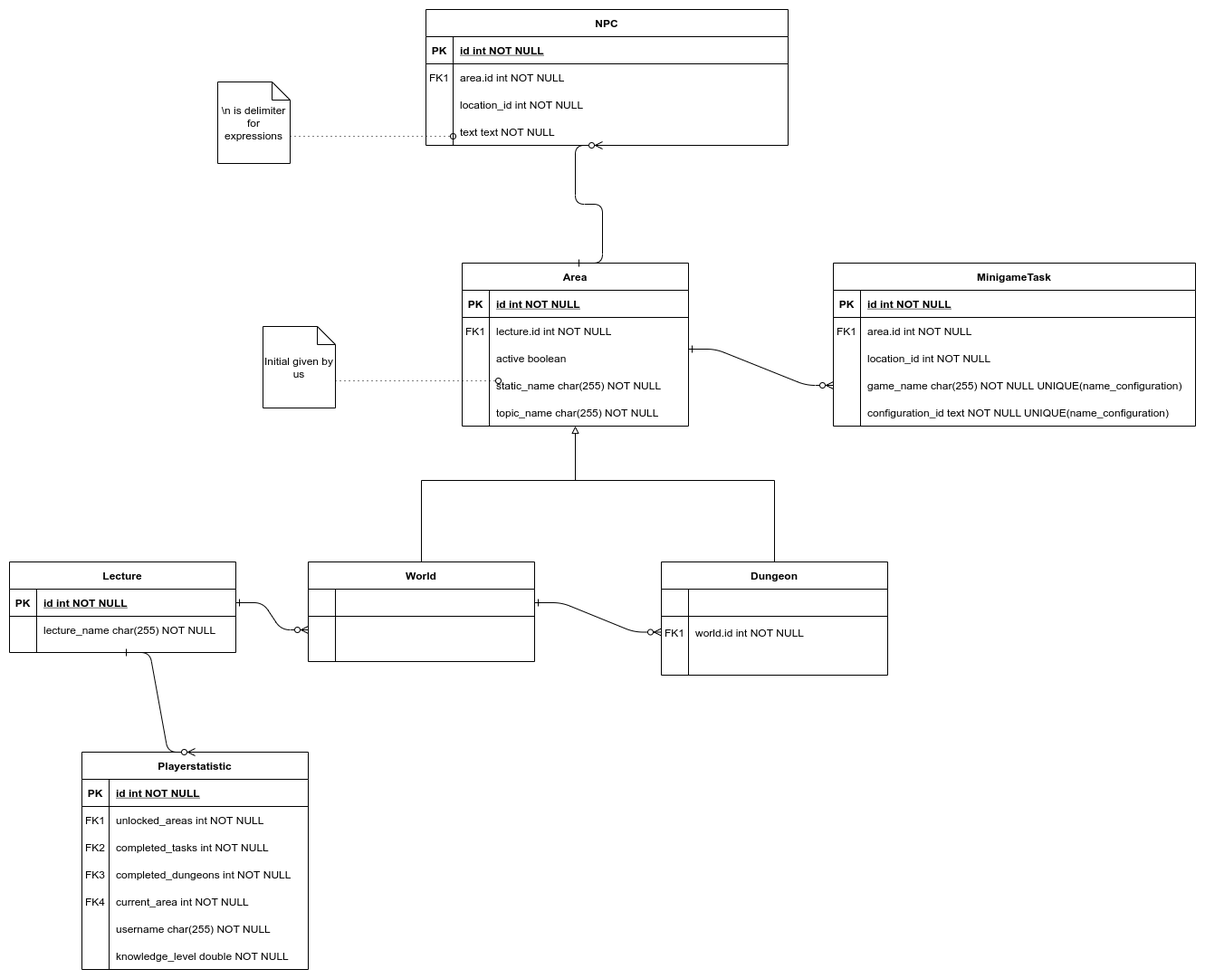
Gamify-IT/docs keeps this draw.io diagram as dev-manuals/services/overworld/database-model/database-model.png. Above is the earlier version. Source tidied: cells renumbered, new cells last; positions are measured from the earlier drawing's top-left corner, leaving out a move shared by most shapes.
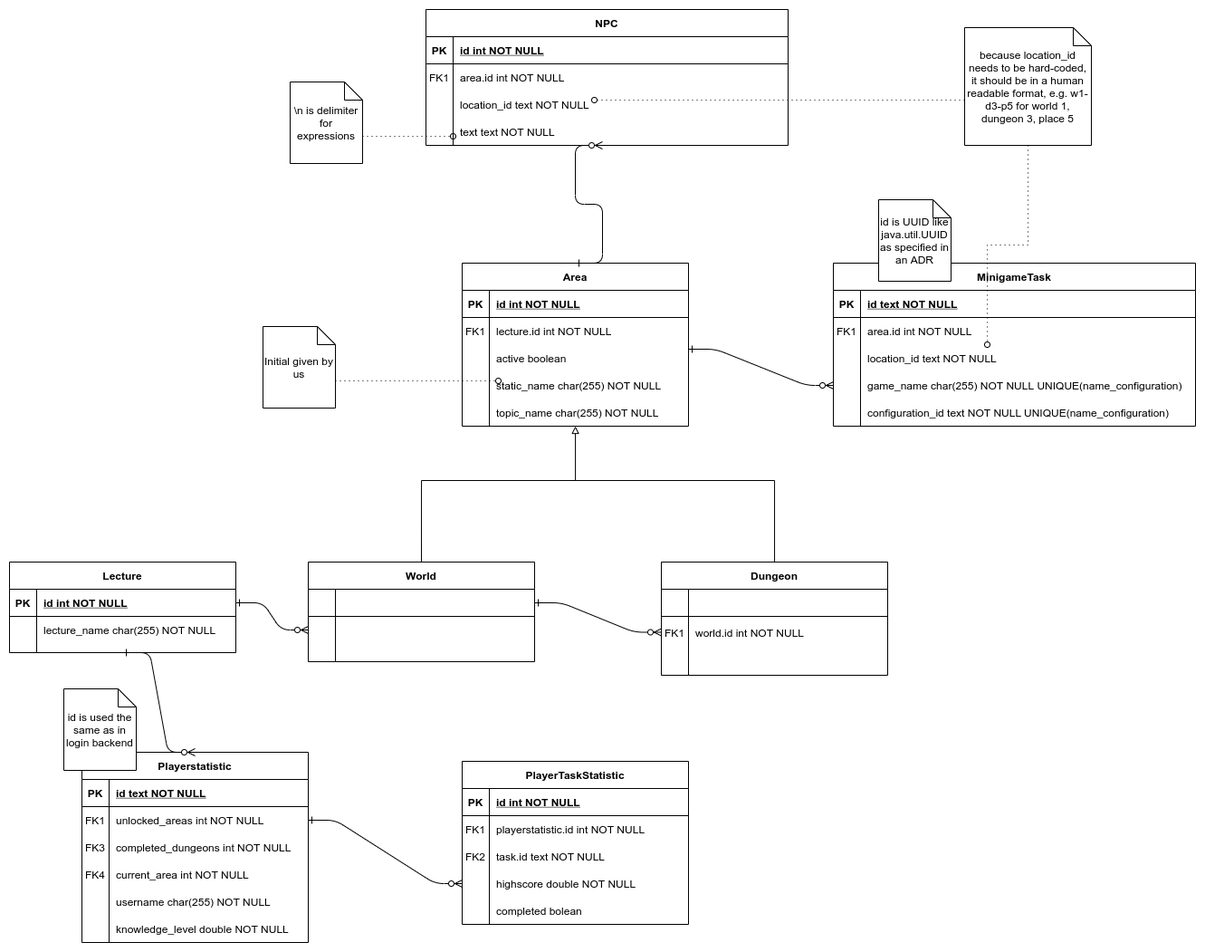
After the change.

Diff of the diagram source:
```diff
@@ -162,7 +162,7 @@
     <mxCell id="49" value="PK" style="shape=partialRectangle;overflow=hidden;fillColor=none;top=0;left=0;bottom=0;right=0;fontStyle=1;" parent="48" vertex="1">
       <mxGeometry width="30" height="30" as="geometry" />
     </mxCell>
-    <mxCell id="50" value="id int NOT NULL " style="shape=partialRectangle;overflow=hidden;fillColor=none;top=0;left=0;bottom=0;right=0;align=left;spacingLeft=6;fontStyle=5;" parent="48" vertex="1">
+    <mxCell id="50" value="id text NOT NULL " style="shape=partialRectangle;overflow=hidden;fillColor=none;top=0;left=0;bottom=0;right=0;align=left;spacingLeft=6;fontStyle=5;" parent="48" vertex="1">
       <mxGeometry x="30" width="370" height="30" as="geometry" />
     </mxCell>
     <mxCell id="51" style="shape=partialRectangle;fillColor=none;top=0;left=0;right=0;bottom=0;" parent="47" vertex="1">
@@ -180,7 +180,7 @@
     <mxCell id="55" style="shape=partialRectangle;overflow=hidden;fillColor=none;top=0;left=0;bottom=0;right=0;" parent="54" vertex="1">
       <mxGeometry width="30" height="30" as="geometry" />
     </mxCell>
-    <mxCell id="56" value="location_id int NOT NULL" style="shape=partialRectangle;overflow=hidden;fillColor=none;top=0;left=0;bottom=0;right=0;align=left;spacingLeft=6;" parent="54" vertex="1">
+    <mxCell id="56" value="location_id text NOT NULL" style="shape=partialRectangle;overflow=hidden;fillColor=none;top=0;left=0;bottom=0;right=0;align=left;spacingLeft=6;" parent="54" vertex="1">
       <mxGeometry x="30" width="370" height="30" as="geometry" />
     </mxCell>
     <mxCell id="57" value="configuration_id text NOT NULL UNIQUE(name_configuration)" style="shape=partialRectangle;overflow=hidden;fillColor=none;top=0;left=0;bottom=0;right=0;align=left;spacingLeft=6;" parent="1" vertex="1">
@@ -192,7 +192,7 @@
       </mxGeometry>
     </mxCell>
     <mxCell id="59" value="Playerstatistic" style="shape=table;startSize=30;rowLines=0;fontStyle=1;align=center;" parent="1" vertex="1">
-      <mxGeometry x="80" y="820" width="250" height="240" as="geometry" />
+      <mxGeometry x="80" y="820" width="250" height="210" as="geometry" />
     </mxCell>
     <mxCell id="60" style="shape=partialRectangle;fillColor=none;top=0;left=0;right=0;bottom=1;" parent="59" vertex="1">
       <mxGeometry y="30" width="250" height="30" as="geometry" />
@@ -200,7 +200,7 @@
     <mxCell id="61" value="PK" style="shape=partialRectangle;overflow=hidden;fillColor=none;top=0;left=0;bottom=0;right=0;fontStyle=1;" parent="60" vertex="1">
       <mxGeometry width="30" height="30" as="geometry" />
     </mxCell>
-    <mxCell id="62" value="id int NOT NULL " style="shape=partialRectangle;overflow=hidden;fillColor=none;top=0;left=0;bottom=0;right=0;align=left;spacingLeft=6;fontStyle=5;" parent="60" vertex="1">
+    <mxCell id="62" value="id text NOT NULL " style="shape=partialRectangle;overflow=hidden;fillColor=none;top=0;left=0;bottom=0;right=0;align=left;spacingLeft=6;fontStyle=5;" parent="60" vertex="1">
       <mxGeometry x="30" width="220" height="30" as="geometry" />
     </mxCell>
     <mxCell id="63" style="shape=partialRectangle;fillColor=none;points=[[0,0.5],[1,0.5]];portConstraint=eastwest;top=0;left=0;right=0;bottom=0;" parent="59" vertex="1">
@@ -213,19 +213,10 @@
       <mxGeometry x="30" width="220" height="30" as="geometry" />
     </mxCell>
     <mxCell id="66" value="username char(255) NOT NULL" style="shape=partialRectangle;overflow=hidden;fillColor=none;top=0;left=0;bottom=0;right=0;align=left;spacingLeft=6;" parent="1" vertex="1">
-      <mxGeometry x="110" y="1000" width="220" height="30" as="geometry" />
+      <mxGeometry x="110" y="970" width="220" height="30" as="geometry" />
     </mxCell>
-    <mxCell id="67" style="shape=partialRectangle;fillColor=none;top=0;left=0;right=0;bottom=0;" parent="1" vertex="1">
-      <mxGeometry x="80" y="910" width="250" height="30" as="geometry" />
-    </mxCell>
-    <mxCell id="68" value="FK2" style="shape=partialRectangle;overflow=hidden;fillColor=none;top=0;left=0;bottom=0;right=0;" parent="67" vertex="1">
-      <mxGeometry width="30" height="30" as="geometry" />
-    </mxCell>
-    <mxCell id="69" value="completed_tasks int NOT NULL" style="shape=partialRectangle;overflow=hidden;fillColor=none;top=0;left=0;bottom=0;right=0;align=left;spacingLeft=6;" parent="67" vertex="1">
-      <mxGeometry x="30" width="220" height="30" as="geometry" />
-    </mxCell>
     <mxCell id="70" style="shape=partialRectangle;fillColor=none;top=0;left=0;right=0;bottom=0;" parent="1" vertex="1">
-      <mxGeometry x="80" y="940" width="250" height="30" as="geometry" />
+      <mxGeometry x="80" y="910" width="250" height="30" as="geometry" />
     </mxCell>
     <mxCell id="71" value="FK3" style="shape=partialRectangle;overflow=hidden;fillColor=none;top=0;left=0;bottom=0;right=0;" parent="70" vertex="1">
       <mxGeometry width="30" height="30" as="geometry" />
@@ -234,7 +225,7 @@
       <mxGeometry x="30" width="220" height="30" as="geometry" />
     </mxCell>
     <mxCell id="73" style="shape=partialRectangle;fillColor=none;top=0;left=0;right=0;bottom=0;" parent="1" vertex="1">
-      <mxGeometry x="80" y="970" width="250" height="30" as="geometry" />
+      <mxGeometry x="80" y="940" width="250" height="30" as="geometry" />
     </mxCell>
     <mxCell id="74" value="FK4" style="shape=partialRectangle;overflow=hidden;fillColor=none;top=0;left=0;bottom=0;right=0;" parent="73" vertex="1">
       <mxGeometry width="30" height="30" as="geometry" />
@@ -243,7 +234,7 @@
       <mxGeometry x="30" width="220" height="30" as="geometry" />
     </mxCell>
     <mxCell id="76" value="knowledge_level double NOT NULL" style="shape=partialRectangle;overflow=hidden;fillColor=none;top=0;left=0;bottom=0;right=0;align=left;spacingLeft=6;" parent="1" vertex="1">
-      <mxGeometry x="110" y="1030" width="220" height="30" as="geometry" />
+      <mxGeometry x="110" y="1000" width="220" height="30" as="geometry" />
     </mxCell>
     <mxCell id="77" style="edgeStyle=entityRelationEdgeStyle;endArrow=ERzeroToMany;startArrow=ERone;endFill=1;startFill=0;exitX=0.5;exitY=1;exitDx=0;exitDy=0;entryX=0.5;entryY=0;entryDx=0;entryDy=0;" parent="1" edge="1" source="25" target="59">
       <mxGeometry relative="1" as="geometry" />
@@ -275,7 +266,7 @@
     <mxCell id="86" style="shape=partialRectangle;overflow=hidden;fillColor=none;top=0;left=0;bottom=0;right=0;" parent="85" vertex="1">
       <mxGeometry width="30" height="30" as="geometry" />
     </mxCell>
-    <mxCell id="87" value="location_id int NOT NULL" style="shape=partialRectangle;overflow=hidden;fillColor=none;top=0;left=0;bottom=0;right=0;align=left;spacingLeft=6;" parent="85" vertex="1">
+    <mxCell id="87" value="location_id text NOT NULL" style="shape=partialRectangle;overflow=hidden;fillColor=none;top=0;left=0;bottom=0;right=0;align=left;spacingLeft=6;" parent="85" vertex="1">
       <mxGeometry x="30" width="370" height="30" as="geometry" />
     </mxCell>
     <mxCell id="88" value="text text NOT NULL" style="shape=partialRectangle;overflow=hidden;fillColor=none;top=0;left=0;bottom=0;right=0;align=left;spacingLeft=6;" parent="1" vertex="1">
@@ -299,7 +290,66 @@
       </mxGeometry>
     </mxCell>
     <mxCell id="92" value="\n is delimiter for expressions" style="shape=note;size=20;whiteSpace=wrap;html=1;" parent="1" vertex="1">
-      <mxGeometry x="230" y="80" width="80" height="90" as="geometry" />
+      <mxGeometry x="310" y="80" width="80" height="90" as="geometry" />
     </mxCell>
+    <mxCell id="93" value="PlayerTaskStatistic" style="shape=table;startSize=30;rowLines=0;fontStyle=1;align=center;" parent="1" vertex="1">
+      <mxGeometry x="500" y="830" width="250" height="180" as="geometry" />
+    </mxCell>
+    <mxCell id="94" style="shape=partialRectangle;fillColor=none;top=0;left=0;right=0;bottom=1;" parent="93" vertex="1">
+      <mxGeometry y="30" width="250" height="30" as="geometry" />
+    </mxCell>
+    <mxCell id="95" value="PK" style="shape=partialRectangle;overflow=hidden;fillColor=none;top=0;left=0;bottom=0;right=0;fontStyle=1;" parent="94" vertex="1">
+      <mxGeometry width="30" height="30" as="geometry" />
+    </mxCell>
+    <mxCell id="96" value="id int NOT NULL " style="shape=partialRectangle;overflow=hidden;fillColor=none;top=0;left=0;bottom=0;right=0;align=left;spacingLeft=6;fontStyle=5;" parent="94" vertex="1">
+      <mxGeometry x="30" width="220" height="30" as="geometry" />
+    </mxCell>
+    <mxCell id="97" style="shape=partialRectangle;fillColor=none;top=0;left=0;right=0;bottom=0;" parent="93" vertex="1">
+      <mxGeometry y="60" width="250" height="30" as="geometry" />
+    </mxCell>
+    <mxCell id="98" value="FK1" style="shape=partialRectangle;overflow=hidden;fillColor=none;top=0;left=0;bottom=0;right=0;" parent="97" vertex="1">
+      <mxGeometry width="30" height="30" as="geometry" />
+    </mxCell>
+    <mxCell id="99" value="playerstatistic.id int NOT NULL" style="shape=partialRectangle;overflow=hidden;fillColor=none;top=0;left=0;bottom=0;right=0;align=left;spacingLeft=6;" parent="97" vertex="1">
+      <mxGeometry x="30" width="220" height="30" as="geometry" />
+    </mxCell>
+    <mxCell id="100" value="task.id text NOT NULL" style="shape=partialRectangle;overflow=hidden;fillColor=none;top=0;left=0;bottom=0;right=0;align=left;spacingLeft=6;" parent="1" vertex="1">
+      <mxGeometry x="530" y="920" width="220" height="30" as="geometry" />
+    </mxCell>
+    <mxCell id="101" value="highscore double NOT NULL" style="shape=partialRectangle;overflow=hidden;fillColor=none;top=0;left=0;bottom=0;right=0;align=left;spacingLeft=6;" parent="1" vertex="1">
+      <mxGeometry x="530" y="950" width="220" height="30" as="geometry" />
+    </mxCell>
+    <mxCell id="102" value="id is UUID like java.util.UUID as specified in an ADR" style="shape=note;size=20;whiteSpace=wrap;html=1;" parent="1" vertex="1">
+      <mxGeometry x="960" y="210" width="80" height="90" as="geometry" />
+    </mxCell>
+    <mxCell id="68" value="FK2" style="shape=partialRectangle;overflow=hidden;fillColor=none;top=0;left=0;bottom=0;right=0;" parent="1" vertex="1">
+      <mxGeometry x="500" y="920" width="30" height="30" as="geometry" />
+    </mxCell>
+    <mxCell id="103" value="completed bolean" style="shape=partialRectangle;overflow=hidden;fillColor=none;top=0;left=0;bottom=0;right=0;align=left;spacingLeft=6;" parent="1" vertex="1">
+      <mxGeometry x="530" y="980" width="220" height="30" as="geometry" />
+    </mxCell>
+    <mxCell id="104" style="edgeStyle=entityRelationEdgeStyle;endArrow=ERzeroToMany;startArrow=ERone;endFill=1;startFill=0;entryX=0;entryY=0.75;entryDx=0;entryDy=0;exitX=1;exitY=0.5;exitDx=0;exitDy=0;" parent="1" edge="1" source="63" target="93">
+      <mxGeometry relative="1" as="geometry" />
+    </mxCell>
+    <mxCell id="105" value="id is used the same as in login backend" style="shape=note;size=20;whiteSpace=wrap;html=1;" parent="1" vertex="1">
+      <mxGeometry x="60" y="750" width="80" height="90" as="geometry" />
+    </mxCell>
+    <mxCell id="106" style="edgeStyle=orthogonalEdgeStyle;rounded=0;jettySize=auto;html=1;endArrow=oval;endFill=0;dashed=1;dashPattern=1 4;" parent="1" edge="1" source="107">
+      <mxGeometry relative="1" as="geometry">
+        <mxPoint x="1080" y="370" as="targetPoint" />
+      </mxGeometry>
+    </mxCell>
+    <mxCell id="107" value="because location_id needs to be hard-coded, it should be in a human readable format, e.g. w1-d3-p5 for world 1, dungeon 3, place 5" style="shape=note;size=20;whiteSpace=wrap;html=1;" parent="1" vertex="1">
+      <mxGeometry x="1055" y="20" width="140" height="130" as="geometry" />
+    </mxCell>
+    <mxCell id="108" style="edgeStyle=orthogonalEdgeStyle;rounded=0;jettySize=auto;html=1;dashed=1;dashPattern=1 4;endArrow=oval;endFill=0;targetPerimeterSpacing=0;endSize=6;sourcePerimeterSpacing=0;" parent="1" edge="1" source="107">
+      <mxGeometry relative="1" as="geometry">
+        <mxPoint x="646" y="100" as="targetPoint" />
+        <Array as="points">
+          <mxPoint x="950" y="100" />
+          <mxPoint x="950" y="100" />
+        </Array>
+      </mxGeometry>
+    </mxCell>
   </root>
 </mxGraphModel>
```
